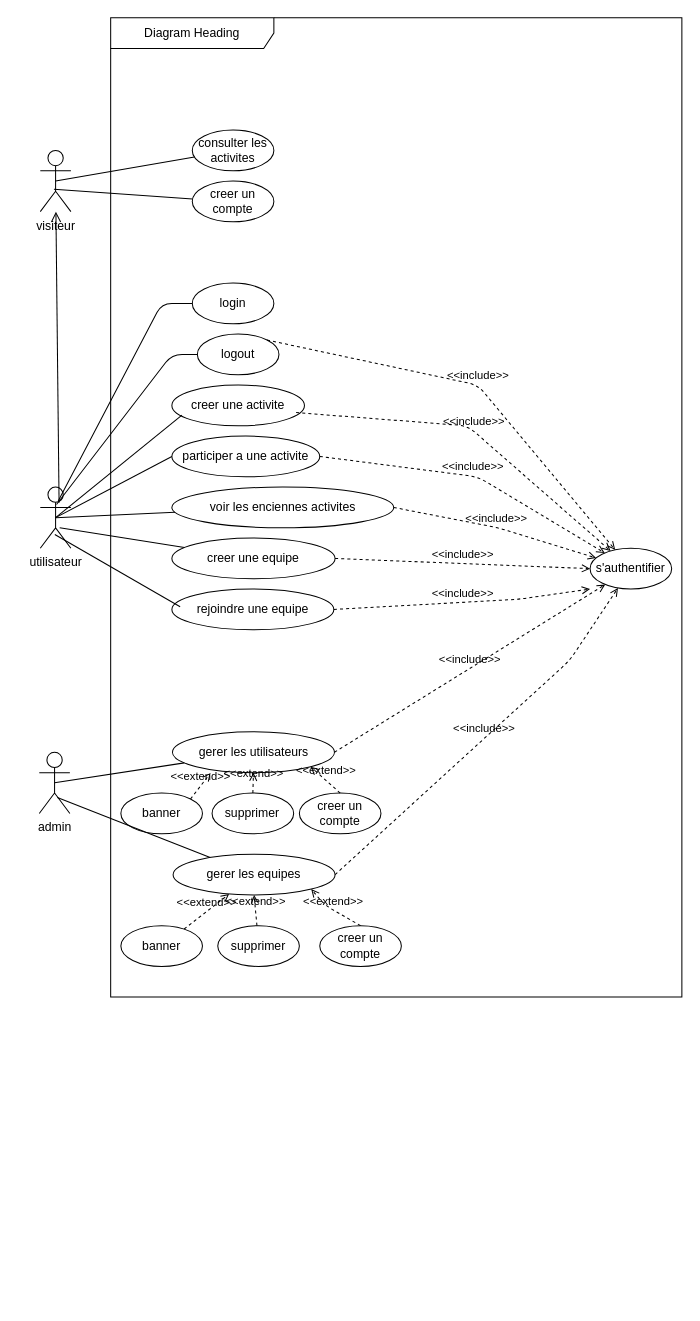
Above: conceptions/usecase.drawio in abirmes/Matching-Backend (draw.io), before the change. Source tidied: cells renumbered, new cells numbered last; positions are measured from the earlier drawing's top-left corner, leaving out a move shared by most shapes. Both pictures are drawn from the tidied source at 102%, with x=0, y=0 at pixel (39, 17).
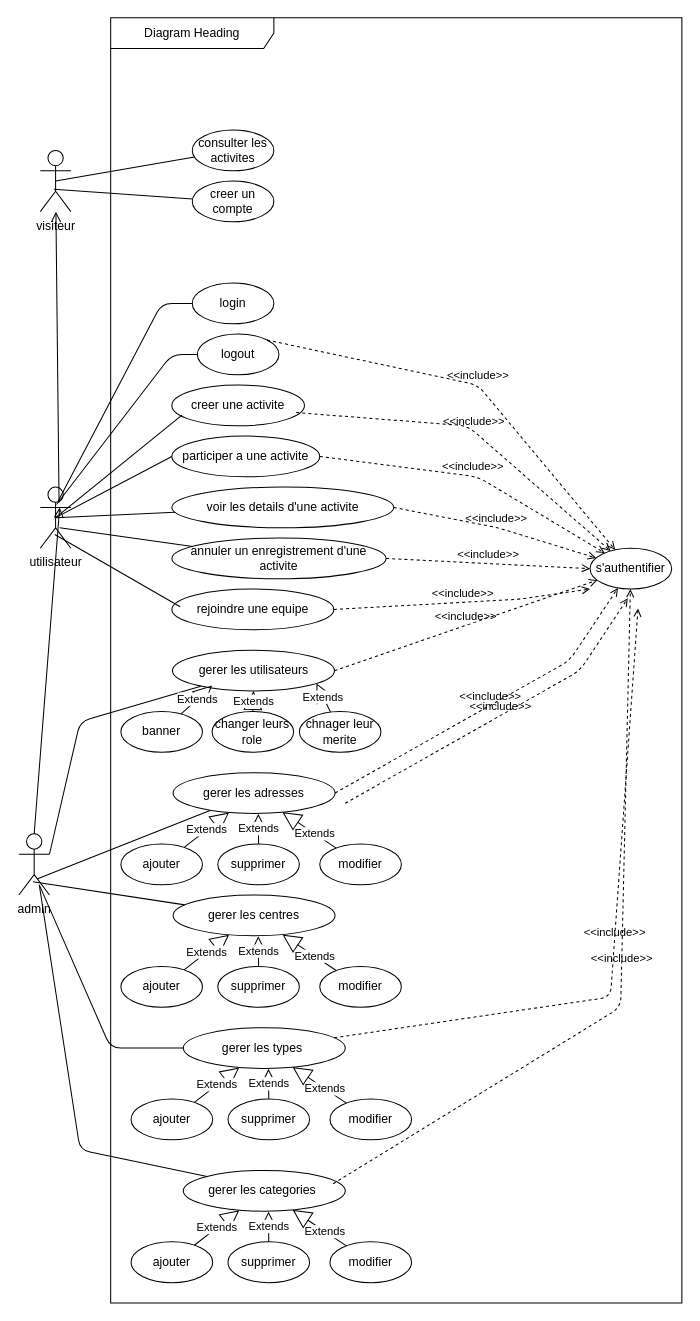
The same diagram, later.

The change refers to these unchanged cells:
```xml
<mxCell id="5" value="s'authentifier" style="ellipse;whiteSpace=wrap;html=1;" parent="2" vertex="1">
  <mxGeometry x="470" y="520" width="80" height="40" as="geometry" />
</mxCell>
```

The edit, as a diff of the source:
```diff
@@
     <mxCell id="2" value="Diagram Heading" style="shape=umlFrame;whiteSpace=wrap;html=1;width=160;" parent="1" vertex="1">
-      <mxGeometry x="70" width="560" height="960" as="geometry" />
+      <mxGeometry x="70" width="560" height="1260" as="geometry" />
     </mxCell>
@@
-    <mxCell id="7" value="creer une equipe" style="ellipse;whiteSpace=wrap;html=1;" parent="2" vertex="1">
-      <mxGeometry x="60" y="510" width="160" height="40" as="geometry" />
+    <mxCell id="7" value="annuler un enregistrement d'une activite" style="ellipse;whiteSpace=wrap;html=1;" parent="2" vertex="1">
+      <mxGeometry x="60" y="510" width="210" height="40" as="geometry" />
     </mxCell>
-    <mxCell id="8" value="voir les enciennes activites" style="ellipse;whiteSpace=wrap;html=1;" parent="2" vertex="1">
+    <mxCell id="8" value="&lt;span style=&quot;color: rgb(0, 0, 0);&quot;&gt;voir les details d'une activite&lt;/span&gt;" style="ellipse;whiteSpace=wrap;html=1;" parent="2" vertex="1">
       <mxGeometry x="60" y="460" width="217.5" height="40" as="geometry" />
     </mxCell>
@@
-    <mxCell id="13" value="gerer les utilisateurs" style="ellipse;whiteSpace=wrap;html=1;" parent="2" vertex="1">
-      <mxGeometry x="60.6" y="700" width="158.8" height="40" as="geometry" />
-    </mxCell>
-    <mxCell id="14" value="gerer les equipes" style="ellipse;whiteSpace=wrap;html=1;" parent="2" vertex="1">
-      <mxGeometry x="61.2" y="820" width="158.8" height="40" as="geometry" />
-    </mxCell>
@@
+    <mxCell id="13" value="gerer les utilisateurs" style="ellipse;whiteSpace=wrap;html=1;" parent="2" vertex="1">
+      <mxGeometry x="60.6" y="620" width="158.8" height="40" as="geometry" />
+    </mxCell>
+    <mxCell id="14" value="gerer les adresses" style="ellipse;whiteSpace=wrap;html=1;" parent="2" vertex="1">
+      <mxGeometry x="61.2" y="740" width="158.8" height="40" as="geometry" />
+    </mxCell>
-    <mxCell id="23" value="creer un compte" style="ellipse;whiteSpace=wrap;html=1;" parent="2" vertex="1">
-      <mxGeometry x="185" y="760" width="80" height="40" as="geometry" />
+    <mxCell id="23" value="chnager leur merite" style="ellipse;whiteSpace=wrap;html=1;" parent="2" vertex="1">
+      <mxGeometry x="185" y="680" width="80" height="40" as="geometry" />
     </mxCell>
-    <mxCell id="24" value="supprimer" style="ellipse;whiteSpace=wrap;html=1;" parent="2" vertex="1">
-      <mxGeometry x="99.4" y="760" width="80" height="40" as="geometry" />
+    <mxCell id="24" value="changer leurs role" style="ellipse;whiteSpace=wrap;html=1;" parent="2" vertex="1">
+      <mxGeometry x="99.4" y="680" width="80" height="40" as="geometry" />
     </mxCell>
     <mxCell id="25" value="banner" style="ellipse;whiteSpace=wrap;html=1;" parent="2" vertex="1">
-      <mxGeometry x="10" y="760" width="80" height="40" as="geometry" />
+      <mxGeometry x="10" y="680" width="80" height="40" as="geometry" />
     </mxCell>
-    <mxCell id="26" value="&amp;lt;&amp;lt;extend&amp;gt;&amp;gt;" style="html=1;verticalAlign=bottom;labelBackgroundColor=none;endArrow=open;endFill=0;dashed=1;exitX=1;exitY=0;exitDx=0;exitDy=0;entryX=0.235;entryY=1.008;entryDx=0;entryDy=0;entryPerimeter=0;" parent="2" edge="1" source="25" target="13">
-      <mxGeometry relative="1" as="geometry" />
-    </mxCell>
-    <mxCell id="27" value="&amp;lt;&amp;lt;extend&amp;gt;&amp;gt;" style="html=1;verticalAlign=bottom;labelBackgroundColor=none;endArrow=open;endFill=0;dashed=1;entryX=0.5;entryY=1;entryDx=0;entryDy=0;" parent="2" edge="1" source="24" target="13">
-      <mxGeometry relative="1" as="geometry" />
-    </mxCell>
-    <mxCell id="28" value="&amp;lt;&amp;lt;extend&amp;gt;&amp;gt;" style="html=1;verticalAlign=bottom;labelBackgroundColor=none;endArrow=open;endFill=0;dashed=1;exitX=0.5;exitY=0;exitDx=0;exitDy=0;entryX=1;entryY=1;entryDx=0;entryDy=0;" parent="2" edge="1" source="23" target="13">
-      <mxGeometry relative="1" as="geometry" />
-    </mxCell>
-    <mxCell id="29" value="banner" style="ellipse;whiteSpace=wrap;html=1;" parent="2" vertex="1">
-      <mxGeometry x="10" y="890" width="80" height="40" as="geometry" />
+    <mxCell id="29" value="ajouter" style="ellipse;whiteSpace=wrap;html=1;" parent="2" vertex="1">
+      <mxGeometry x="10" y="810" width="80" height="40" as="geometry" />
     </mxCell>
     <mxCell id="30" value="supprimer" style="ellipse;whiteSpace=wrap;html=1;" parent="2" vertex="1">
-      <mxGeometry x="105" y="890" width="80" height="40" as="geometry" />
+      <mxGeometry x="105" y="810" width="80" height="40" as="geometry" />
     </mxCell>
-    <mxCell id="31" value="creer un compte" style="ellipse;whiteSpace=wrap;html=1;" parent="2" vertex="1">
-      <mxGeometry x="205" y="890" width="80" height="40" as="geometry" />
+    <mxCell id="31" value="modifier" style="ellipse;whiteSpace=wrap;html=1;" parent="2" vertex="1">
+      <mxGeometry x="205" y="810" width="80" height="40" as="geometry" />
     </mxCell>
+    <mxCell id="38" style="endArrow=none;html=1;" parent="2" edge="1" target="13">
+      <mxGeometry relative="1" as="geometry">
+        <mxPoint x="-60" y="820" as="sourcePoint" />
+        <Array as="points">
+          <mxPoint x="-30" y="690" />
+        </Array>
+      </mxGeometry>
+    </mxCell>
+    <mxCell id="50" value="Extends" style="endArrow=block;endSize=16;endFill=0;html=1;" parent="2" edge="1" source="25">
+      <mxGeometry relative="1" as="geometry">
+        <mxPoint x="99.4" y="654.6" as="targetPoint" />
+      </mxGeometry>
+    </mxCell>
+    <mxCell id="27" value="Extends" style="endArrow=block;endSize=16;endFill=0;html=1;entryX=0.5;entryY=1;entryDx=0;entryDy=0;" parent="2" edge="1" source="24" target="13">
+      <mxGeometry relative="1" as="geometry" />
+    </mxCell>
+    <mxCell id="28" value="Extends" style="endArrow=block;endSize=16;endFill=0;html=1;entryX=0.889;entryY=0.81;entryDx=0;entryDy=0;entryPerimeter=0;" parent="2" edge="1" source="23" target="13">
+      <mxGeometry relative="1" as="geometry" />
+    </mxCell>
+    <mxCell id="33" value="Extends" style="endArrow=block;endSize=16;endFill=0;html=1;entryX=0.526;entryY=1.01;entryDx=0;entryDy=0;entryPerimeter=0;" parent="2" edge="1" source="30" target="14">
+      <mxGeometry relative="1" as="geometry" />
+    </mxCell>
-    <mxCell id="32" value="&amp;lt;&amp;lt;extend&amp;gt;&amp;gt;" style="html=1;verticalAlign=bottom;labelBackgroundColor=none;endArrow=open;endFill=0;dashed=1;exitX=0.5;exitY=0;exitDx=0;exitDy=0;entryX=1;entryY=1;entryDx=0;entryDy=0;" parent="2" edge="1" source="31" target="14">
-      <mxGeometry relative="1" as="geometry">
-        <Array as="points">
-          <mxPoint x="210" y="870" />
-        </Array>
-      </mxGeometry>
+    <mxCell id="32" value="Extends" style="endArrow=block;endSize=16;endFill=0;html=1;" parent="2" edge="1" source="31" target="14">
+      <mxGeometry x="-0.2" relative="1" as="geometry" />
     </mxCell>
-    <mxCell id="33" value="&amp;lt;&amp;lt;extend&amp;gt;&amp;gt;" style="html=1;verticalAlign=bottom;labelBackgroundColor=none;endArrow=open;endFill=0;dashed=1;entryX=0.5;entryY=1;entryDx=0;entryDy=0;" parent="2" edge="1" source="30" target="14">
-      <mxGeometry relative="1" as="geometry" />
-    </mxCell>
-    <mxCell id="34" value="&amp;lt;&amp;lt;extend&amp;gt;&amp;gt;" style="html=1;verticalAlign=bottom;labelBackgroundColor=none;endArrow=open;endFill=0;dashed=1;" parent="2" edge="1" source="29" target="14">
+    <mxCell id="34" value="Extends" style="endArrow=block;endSize=16;endFill=0;html=1;" parent="2" edge="1" source="29" target="14">
       <mxGeometry relative="1" as="geometry" />
     </mxCell>
+    <mxCell id="51" value="gerer les centres" style="ellipse;whiteSpace=wrap;html=1;" parent="2" vertex="1">
+      <mxGeometry x="61.2" y="860" width="158.8" height="40" as="geometry" />
+    </mxCell>
+    <mxCell id="52" value="ajouter" style="ellipse;whiteSpace=wrap;html=1;" parent="2" vertex="1">
+      <mxGeometry x="10" y="930" width="80" height="40" as="geometry" />
+    </mxCell>
+    <mxCell id="53" value="supprimer" style="ellipse;whiteSpace=wrap;html=1;" parent="2" vertex="1">
+      <mxGeometry x="105" y="930" width="80" height="40" as="geometry" />
+    </mxCell>
+    <mxCell id="54" value="modifier" style="ellipse;whiteSpace=wrap;html=1;" parent="2" vertex="1">
+      <mxGeometry x="205" y="930" width="80" height="40" as="geometry" />
+    </mxCell>
+    <mxCell id="55" value="Extends" style="endArrow=block;endSize=16;endFill=0;html=1;entryX=0.526;entryY=1.01;entryDx=0;entryDy=0;entryPerimeter=0;" parent="2" edge="1" source="53" target="51">
+      <mxGeometry relative="1" as="geometry" />
+    </mxCell>
+    <mxCell id="56" value="Extends" style="endArrow=block;endSize=16;endFill=0;html=1;" parent="2" edge="1" source="54" target="51">
+      <mxGeometry x="-0.2" relative="1" as="geometry" />
+    </mxCell>
+    <mxCell id="57" value="Extends" style="endArrow=block;endSize=16;endFill=0;html=1;" parent="2" edge="1" source="52" target="51">
+      <mxGeometry relative="1" as="geometry" />
+    </mxCell>
+    <mxCell id="58" value="gerer les types&amp;nbsp;" style="ellipse;whiteSpace=wrap;html=1;" parent="2" vertex="1">
+      <mxGeometry x="71.2" y="990" width="158.8" height="40" as="geometry" />
+    </mxCell>
+    <mxCell id="59" value="ajouter" style="ellipse;whiteSpace=wrap;html=1;" parent="2" vertex="1">
+      <mxGeometry x="20" y="1060" width="80" height="40" as="geometry" />
+    </mxCell>
+    <mxCell id="60" value="supprimer" style="ellipse;whiteSpace=wrap;html=1;" parent="2" vertex="1">
+      <mxGeometry x="115" y="1060" width="80" height="40" as="geometry" />
+    </mxCell>
+    <mxCell id="61" value="modifier" style="ellipse;whiteSpace=wrap;html=1;" parent="2" vertex="1">
+      <mxGeometry x="215" y="1060" width="80" height="40" as="geometry" />
+    </mxCell>
+    <mxCell id="62" value="Extends" style="endArrow=block;endSize=16;endFill=0;html=1;entryX=0.526;entryY=1.01;entryDx=0;entryDy=0;entryPerimeter=0;" parent="2" edge="1" source="60" target="58">
+      <mxGeometry relative="1" as="geometry" />
+    </mxCell>
+    <mxCell id="63" value="Extends" style="endArrow=block;endSize=16;endFill=0;html=1;" parent="2" edge="1" source="61" target="58">
+      <mxGeometry x="-0.2" relative="1" as="geometry" />
+    </mxCell>
+    <mxCell id="64" value="Extends" style="endArrow=block;endSize=16;endFill=0;html=1;" parent="2" edge="1" source="59" target="58">
+      <mxGeometry relative="1" as="geometry" />
+    </mxCell>
+    <mxCell id="65" value="gerer les categories&amp;nbsp;" style="ellipse;whiteSpace=wrap;html=1;" parent="2" vertex="1">
+      <mxGeometry x="71.2" y="1130" width="158.8" height="40" as="geometry" />
+    </mxCell>
+    <mxCell id="66" value="ajouter" style="ellipse;whiteSpace=wrap;html=1;" parent="2" vertex="1">
+      <mxGeometry x="20" y="1200" width="80" height="40" as="geometry" />
+    </mxCell>
+    <mxCell id="67" value="supprimer" style="ellipse;whiteSpace=wrap;html=1;" parent="2" vertex="1">
+      <mxGeometry x="115" y="1200" width="80" height="40" as="geometry" />
+    </mxCell>
+    <mxCell id="68" value="modifier" style="ellipse;whiteSpace=wrap;html=1;" parent="2" vertex="1">
+      <mxGeometry x="215" y="1200" width="80" height="40" as="geometry" />
+    </mxCell>
+    <mxCell id="69" value="Extends" style="endArrow=block;endSize=16;endFill=0;html=1;entryX=0.526;entryY=1.01;entryDx=0;entryDy=0;entryPerimeter=0;" parent="2" edge="1" source="67" target="65">
+      <mxGeometry relative="1" as="geometry" />
+    </mxCell>
+    <mxCell id="70" value="Extends" style="endArrow=block;endSize=16;endFill=0;html=1;" parent="2" edge="1" source="68" target="65">
+      <mxGeometry x="-0.2" relative="1" as="geometry" />
+    </mxCell>
+    <mxCell id="71" value="Extends" style="endArrow=block;endSize=16;endFill=0;html=1;" parent="2" edge="1" source="66" target="65">
+      <mxGeometry relative="1" as="geometry" />
+    </mxCell>
+    <mxCell id="72" style="endArrow=none;html=1;entryX=0;entryY=0;entryDx=0;entryDy=0;" parent="2" edge="1" target="65">
+      <mxGeometry relative="1" as="geometry">
+        <mxPoint x="-70" y="850" as="sourcePoint" />
+        <Array as="points">
+          <mxPoint x="-30" y="1110" />
+        </Array>
+      </mxGeometry>
+    </mxCell>
+    <mxCell id="73" style="endArrow=none;html=1;" parent="2" edge="1" target="58">
+      <mxGeometry relative="1" as="geometry">
+        <mxPoint x="-70" y="850" as="sourcePoint" />
+        <Array as="points">
+          <mxPoint y="1010" />
+        </Array>
+      </mxGeometry>
+    </mxCell>
+    <mxCell id="74" value="&amp;lt;&amp;lt;include&amp;gt;&amp;gt;" style="html=1;verticalAlign=bottom;labelBackgroundColor=none;endArrow=open;endFill=0;dashed=1;exitX=1;exitY=0.5;exitDx=0;exitDy=0;" parent="2" edge="1">
+      <mxGeometry relative="1" as="geometry">
+        <mxPoint x="230" y="770" as="sourcePoint" />
+        <mxPoint x="507" y="569" as="targetPoint" />
+        <Array as="points">
+          <mxPoint x="460" y="640" />
+        </Array>
+      </mxGeometry>
+    </mxCell>
+    <mxCell id="75" value="&amp;lt;&amp;lt;include&amp;gt;&amp;gt;" style="html=1;verticalAlign=bottom;labelBackgroundColor=none;endArrow=open;endFill=0;dashed=1;" parent="2" edge="1" source="58">
+      <mxGeometry relative="1" as="geometry">
+        <mxPoint x="517" y="579" as="targetPoint" />
+        <Array as="points">
+          <mxPoint x="490" y="960" />
+        </Array>
+      </mxGeometry>
+    </mxCell>
+    <mxCell id="76" value="&amp;lt;&amp;lt;include&amp;gt;&amp;gt;" style="html=1;verticalAlign=bottom;labelBackgroundColor=none;endArrow=open;endFill=0;dashed=1;exitX=0.925;exitY=0.327;exitDx=0;exitDy=0;exitPerimeter=0;" parent="2" edge="1" source="65" target="5">
+      <mxGeometry relative="1" as="geometry">
+        <Array as="points">
+          <mxPoint x="500" y="970" />
+        </Array>
+      </mxGeometry>
+    </mxCell>
@@
-    <mxCell id="37" value="admin" style="shape=umlActor;verticalLabelPosition=bottom;verticalAlign=top;html=1;" parent="1" vertex="1">
-      <mxGeometry y="720" width="30" height="60" as="geometry" />
-    </mxCell>
-    <mxCell id="38" style="endArrow=none;html=1;exitX=0.5;exitY=0.5;exitDx=0;exitDy=0;exitPerimeter=0;" parent="1" edge="1" source="37" target="13">
-      <mxGeometry relative="1" as="geometry" />
-    </mxCell>
-    <mxCell id="39" style="endArrow=none;html=1;exitX=0.591;exitY=0.738;exitDx=0;exitDy=0;exitPerimeter=0;" parent="1" edge="1" source="37" target="14">
-      <mxGeometry relative="1" as="geometry" />
-    </mxCell>
@@
+    <mxCell id="37" value="admin" style="shape=umlActor;verticalLabelPosition=bottom;verticalAlign=top;html=1;" parent="1" vertex="1">
+      <mxGeometry x="-20" y="800" width="30" height="60" as="geometry" />
+    </mxCell>
+    <mxCell id="39" style="endArrow=none;html=1;exitX=0.591;exitY=0.738;exitDx=0;exitDy=0;exitPerimeter=0;" parent="1" edge="1" source="37" target="14">
+      <mxGeometry relative="1" as="geometry" />
+    </mxCell>
+    <mxCell id="77" style="endArrow=none;html=1;exitX=0.46;exitY=0.781;exitDx=0;exitDy=0;exitPerimeter=0;" parent="1" edge="1" source="37" target="51">
+      <mxGeometry relative="1" as="geometry" />
+    </mxCell>
+    <mxCell id="78" style="endArrow=open;startArrow=none;endFill=0;startFill=0;endSize=8;html=1;verticalAlign=bottom;labelBackgroundColor=none;strokeWidth=1;exitX=0.5;exitY=0;exitDx=0;exitDy=0;exitPerimeter=0;" parent="1" edge="1" source="37">
+      <mxGeometry relative="1" as="geometry">
+        <mxPoint x="20" y="480" as="targetPoint" />
+      </mxGeometry>
+    </mxCell>
```
